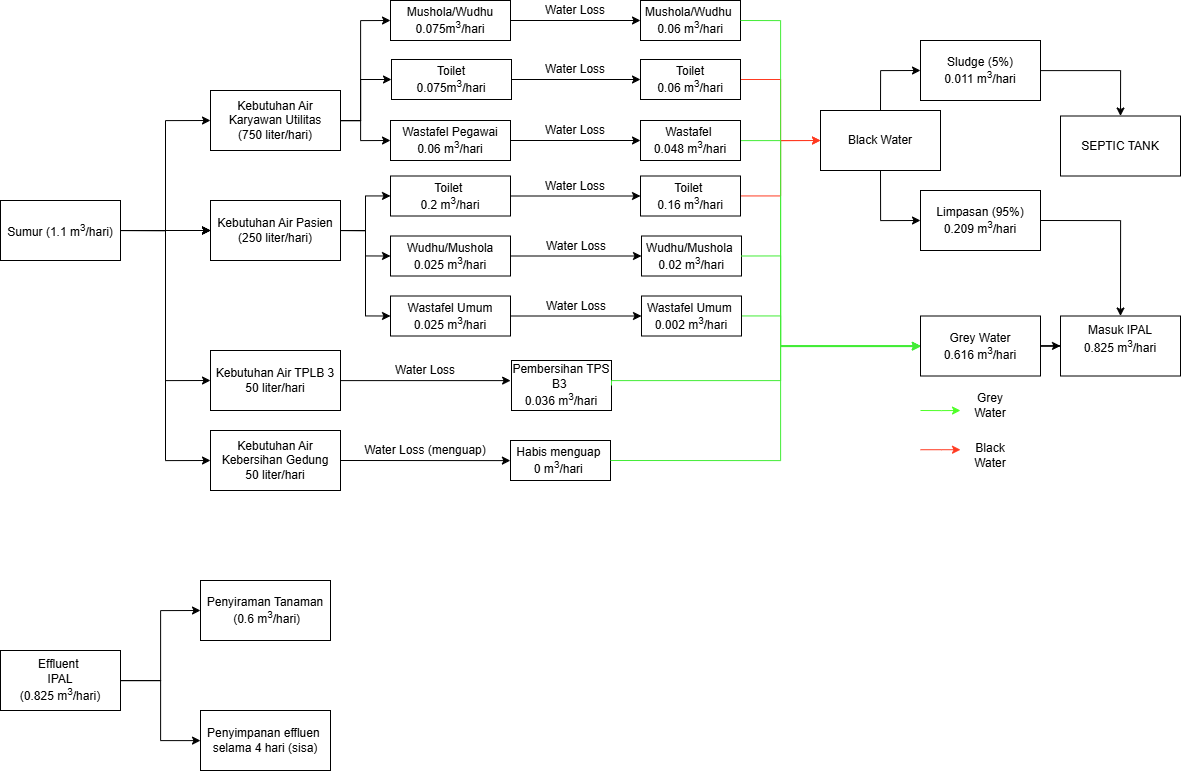
Earlier version of the draw.io export Neraca Air Klinik Surya Medika.drawio.png (famowoiii/envimos_sensot). Source tidied: cells renumbered, new cells last; positions are measured from the earlier drawing's top-left corner, leaving out a move shared by most shapes.
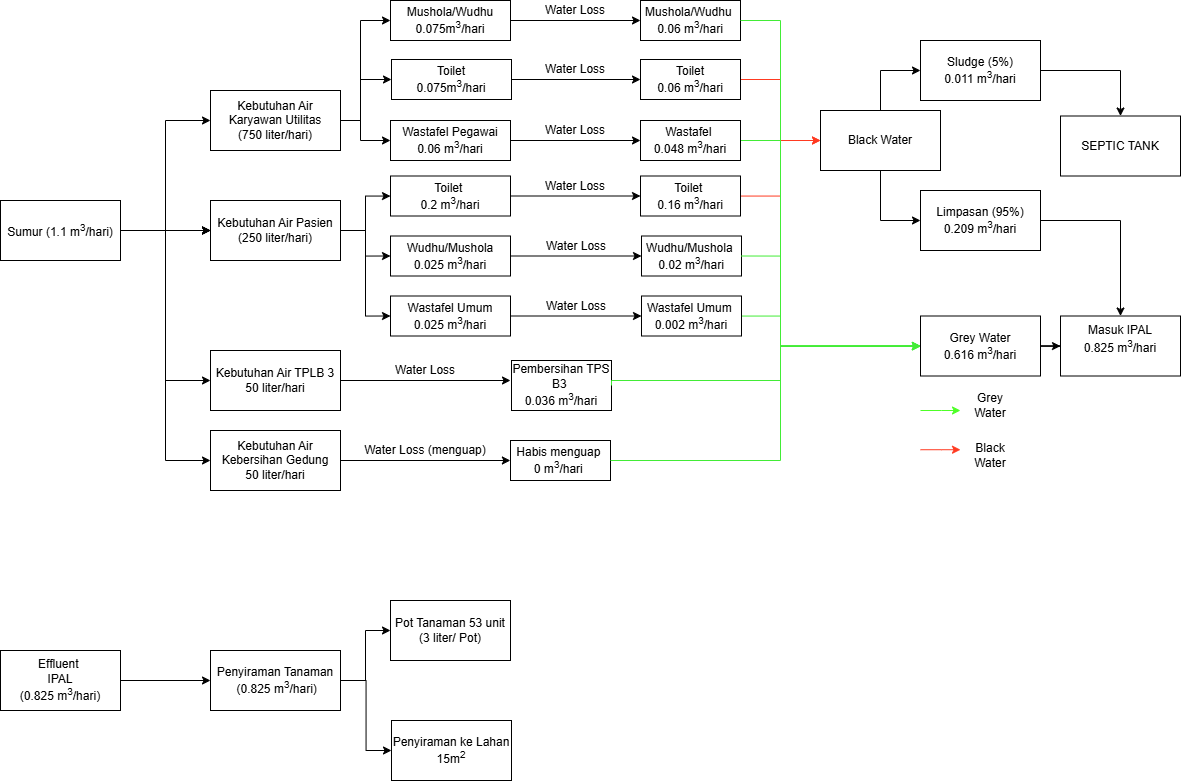
Above is the later version.

Diff of the diagram source:
```diff
@@ -283,17 +283,23 @@
     <mxCell id="73" style="edgeStyle=orthogonalEdgeStyle;rounded=0;jettySize=auto;html=1;entryX=0;entryY=0.5;entryDx=0;entryDy=0;" parent="1" edge="1" source="75" target="76">
       <mxGeometry relative="1" as="geometry" />
     </mxCell>
-    <mxCell id="74" style="edgeStyle=orthogonalEdgeStyle;rounded=0;jettySize=auto;html=1;" parent="1" edge="1" source="75" target="77">
-      <mxGeometry relative="1" as="geometry" />
-    </mxCell>
     <mxCell id="75" value="&lt;div&gt;&lt;div&gt;Effluent&amp;nbsp;&lt;/div&gt;&lt;div&gt;IPAL&lt;/div&gt;&lt;div&gt;(0.825 m&lt;sup&gt;3&lt;/sup&gt;/hari)&lt;/div&gt;&lt;/div&gt;" style="whiteSpace=wrap;html=1;rounded=0;fontFamily=Arial;labelBorderColor=none;labelBackgroundColor=none;" parent="1" vertex="1">
       <mxGeometry y="650" width="120" height="60" as="geometry" />
     </mxCell>
+    <mxCell id="78" style="edgeStyle=orthogonalEdgeStyle;rounded=0;jettySize=auto;html=1;" parent="1" edge="1" source="76" target="79">
+      <mxGeometry relative="1" as="geometry" />
+    </mxCell>
-    <mxCell id="76" value="Penyiraman Tanaman&lt;div&gt;&amp;nbsp;(0.6 m&lt;sup&gt;3&lt;/sup&gt;/hari)&lt;/div&gt;" style="whiteSpace=wrap;html=1;fontFamily=Arial;rounded=0;labelBorderColor=none;labelBackgroundColor=none;" parent="1" vertex="1">
-      <mxGeometry x="200" y="580" width="130" height="60" as="geometry" />
+    <mxCell id="76" value="Penyiraman Tanaman&lt;div&gt;&amp;nbsp;(0.825 m&lt;sup&gt;3&lt;/sup&gt;/hari)&lt;/div&gt;" style="whiteSpace=wrap;html=1;fontFamily=Arial;rounded=0;labelBorderColor=none;labelBackgroundColor=none;" parent="1" vertex="1">
+      <mxGeometry x="210" y="650" width="130" height="60" as="geometry" />
     </mxCell>
-    <mxCell id="77" value="Penyimpanan effluen&amp;nbsp;&lt;div&gt;selama 4 hari (sisa)&lt;/div&gt;" style="whiteSpace=wrap;html=1;fontFamily=Arial;rounded=0;labelBorderColor=none;labelBackgroundColor=none;" parent="1" vertex="1">
-      <mxGeometry x="200" y="710" width="130" height="60" as="geometry" />
-    </mxCell>
+    <mxCell id="79" value="Pot Tanaman 53 unit&lt;div&gt;(3 liter/ Pot)&lt;/div&gt;" style="whiteSpace=wrap;html=1;fontFamily=Arial;rounded=0;labelBorderColor=none;labelBackgroundColor=none;" parent="1" vertex="1">
+      <mxGeometry x="390" y="600" width="120" height="60" as="geometry" />
+    </mxCell>
+    <mxCell id="80" style="edgeStyle=orthogonalEdgeStyle;rounded=0;jettySize=auto;html=1;exitX=1;exitY=0.5;exitDx=0;exitDy=0;entryX=0;entryY=0.5;entryDx=0;entryDy=0;" parent="1" edge="1" source="76" target="81">
+      <mxGeometry relative="1" as="geometry" />
+    </mxCell>
+    <mxCell id="81" value="Penyiraman ke Lahan 15m&lt;sup&gt;2&lt;/sup&gt;" style="whiteSpace=wrap;html=1;fontFamily=Arial;rounded=0;labelBorderColor=none;labelBackgroundColor=none;" parent="1" vertex="1">
+      <mxGeometry x="391" y="720" width="120" height="60" as="geometry" />
+    </mxCell>
   </root>
 </mxGraphModel>
```
